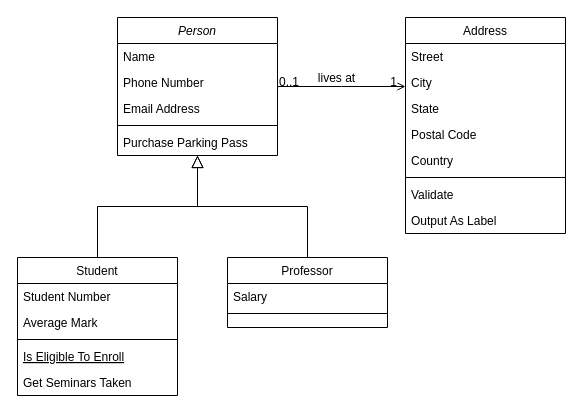
This is Aggressive Killer 2000/Untitled Diagram.drawio from SombreEm/alpha-2.2.8, a draw.io file, before an edit. Source tidied: cells renumbered, new cells numbered last; positions are measured from the earlier drawing's top-left corner, leaving out a move shared by most shapes. Both pictures are drawn from the tidied source at 100%, with x=0, y=0 at pixel (17, 17).
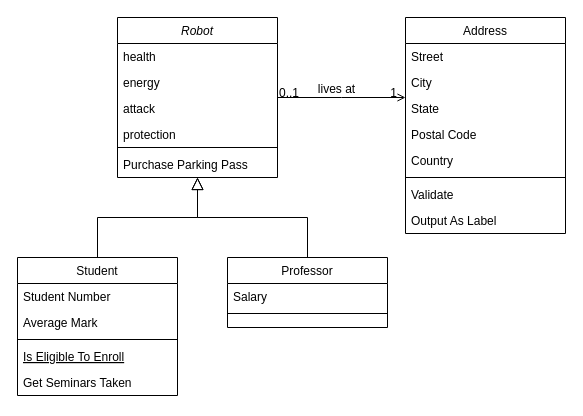
After the change.

The edit, as a diff of the source:
```diff
@@
-    <mxCell id="2" value="Person" style="swimlane;fontStyle=2;align=center;verticalAlign=top;horizontal=1;startSize=26;rounded=0;shadow=0;strokeWidth=1;" parent="1" vertex="1">
-      <mxGeometry x="100" width="160" height="138" as="geometry" />
+    <mxCell id="2" value="Robot" style="swimlane;fontStyle=2;align=center;verticalAlign=top;horizontal=1;startSize=26;rounded=0;shadow=0;strokeWidth=1;" parent="1" vertex="1">
+      <mxGeometry x="100" width="160" height="160" as="geometry" />
     </mxCell>
-    <mxCell id="3" value="Name" style="text;align=left;verticalAlign=top;spacingLeft=4;spacingRight=4;overflow=hidden;" parent="2" vertex="1">
+    <mxCell id="3" value="health" style="text;align=left;verticalAlign=top;spacingLeft=4;spacingRight=4;overflow=hidden;" parent="2" vertex="1">
       <mxGeometry y="26" width="160" height="26" as="geometry" />
     </mxCell>
-    <mxCell id="4" value="Phone Number" style="text;align=left;verticalAlign=top;spacingLeft=4;spacingRight=4;overflow=hidden;rounded=0;shadow=0;html=0;" parent="2" vertex="1">
+    <mxCell id="4" value="energy" style="text;align=left;verticalAlign=top;spacingLeft=4;spacingRight=4;overflow=hidden;rounded=0;shadow=0;html=0;" parent="2" vertex="1">
       <mxGeometry y="52" width="160" height="26" as="geometry" />
     </mxCell>
-    <mxCell id="5" value="Email Address" style="text;align=left;verticalAlign=top;spacingLeft=4;spacingRight=4;overflow=hidden;rounded=0;shadow=0;html=0;" parent="2" vertex="1">
+    <mxCell id="5" value="attack" style="text;align=left;verticalAlign=top;spacingLeft=4;spacingRight=4;overflow=hidden;rounded=0;shadow=0;html=0;" parent="2" vertex="1">
       <mxGeometry y="78" width="160" height="26" as="geometry" />
     </mxCell>
+    <mxCell id="32" value="protection" style="text;align=left;verticalAlign=top;spacingLeft=4;spacingRight=4;overflow=hidden;rounded=0;shadow=0;html=0;" parent="2" vertex="1">
+      <mxGeometry y="104" width="160" height="22" as="geometry" />
+    </mxCell>
     <mxCell id="6" style="line;html=1;strokeWidth=1;align=left;verticalAlign=middle;spacingTop=-1;spacingLeft=3;spacingRight=3;labelPosition=right;" parent="2" vertex="1">
-      <mxGeometry y="104" width="160" height="8" as="geometry" />
+      <mxGeometry y="126" width="160" height="8" as="geometry" />
     </mxCell>
     <mxCell id="7" value="Purchase Parking Pass" style="text;align=left;verticalAlign=top;spacingLeft=4;spacingRight=4;overflow=hidden;" parent="2" vertex="1">
-      <mxGeometry y="112" width="160" height="26" as="geometry" />
+      <mxGeometry y="134" width="160" height="26" as="geometry" />
     </mxCell>
```
